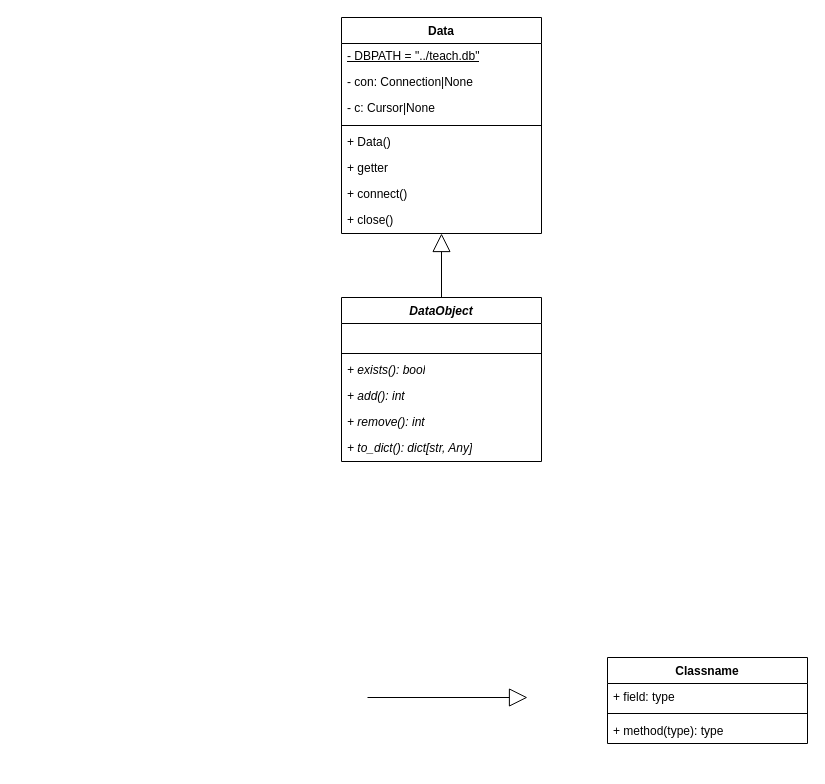
elma1989/teach keeps this draw.io diagram as drafts/database.drawio. Above is the earlier version. Source tidied: cells renumbered, new cells numbered last; positions are measured from the earlier drawing's top-left corner, leaving out a move shared by most shapes. Both pictures are drawn from the tidied source at 100%, with x=0, y=0 at pixel (341, 17).
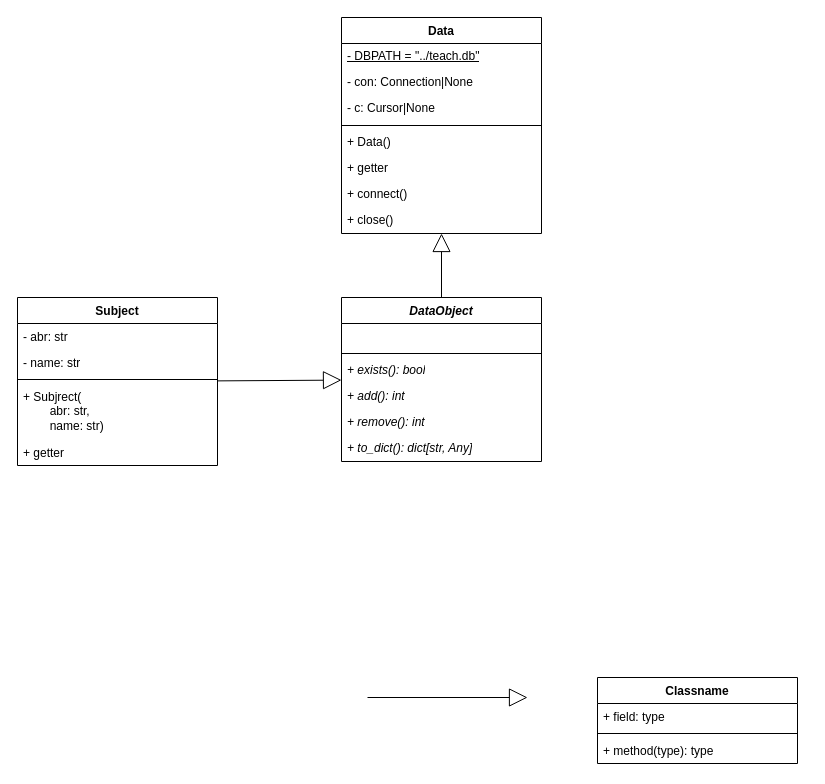
After the change.

The change refers to these unchanged cells:
```xml
<mxCell id="15" value="DataObject" style="swimlane;fontStyle=3;align=center;verticalAlign=top;horizontal=1;startSize=26;whiteSpace=wrap;html=1;" parent="1" vertex="1">
  <mxGeometry y="280" width="200" height="164" as="geometry" />
</mxCell>
```

The edit, as a diff of the source:
```diff
@@
     <mxCell id="2" value="Classname" style="swimlane;fontStyle=1;align=center;verticalAlign=top;horizontal=1;startSize=26;whiteSpace=wrap;html=1;" parent="1" vertex="1">
-      <mxGeometry x="266" y="640" width="200" height="86" as="geometry" />
+      <mxGeometry x="256" y="660" width="200" height="86" as="geometry" />
     </mxCell>
@@
+    <mxCell id="24" value="Subject" style="swimlane;fontStyle=1;align=center;verticalAlign=top;horizontal=1;startSize=26;whiteSpace=wrap;html=1;" parent="1" vertex="1">
+      <mxGeometry x="-324" y="280" width="200" height="168" as="geometry" />
+    </mxCell>
+    <mxCell id="25" value="- abr: str" style="text;strokeColor=none;fillColor=none;align=left;verticalAlign=top;spacingLeft=4;spacingRight=4;overflow=hidden;whiteSpace=wrap;html=1;" parent="24" vertex="1">
+      <mxGeometry y="26" width="200" height="26" as="geometry" />
+    </mxCell>
+    <mxCell id="26" value="- name: str" style="text;strokeColor=none;fillColor=none;align=left;verticalAlign=top;spacingLeft=4;spacingRight=4;overflow=hidden;whiteSpace=wrap;html=1;" parent="24" vertex="1">
+      <mxGeometry y="52" width="200" height="26" as="geometry" />
+    </mxCell>
+    <mxCell id="27" style="line;strokeWidth=1;fillColor=none;align=left;verticalAlign=middle;spacingTop=-1;spacingLeft=3;spacingRight=3;labelPosition=right;strokeColor=inherit;" parent="24" vertex="1">
+      <mxGeometry y="78" width="200" height="8" as="geometry" />
+    </mxCell>
+    <mxCell id="28" value="&lt;div&gt;+ Subjrect(&lt;/div&gt;&lt;div&gt;&lt;span style=&quot;white-space: pre;&quot;&gt;&#9;&lt;/span&gt;abr: str,&lt;/div&gt;&lt;div&gt;&lt;span style=&quot;white-space: pre;&quot;&gt;&#9;&lt;/span&gt;name: str)&lt;br&gt;&lt;/div&gt;" style="text;strokeColor=none;fillColor=none;align=left;verticalAlign=top;spacingLeft=4;spacingRight=4;overflow=hidden;whiteSpace=wrap;html=1;" parent="24" vertex="1">
+      <mxGeometry y="86" width="200" height="56" as="geometry" />
+    </mxCell>
+    <mxCell id="29" value="+ getter" style="text;strokeColor=none;fillColor=none;align=left;verticalAlign=top;spacingLeft=4;spacingRight=4;overflow=hidden;whiteSpace=wrap;html=1;" parent="24" vertex="1">
+      <mxGeometry y="142" width="200" height="26" as="geometry" />
+    </mxCell>
+    <mxCell id="30" style="endArrow=block;endSize=16;endFill=0;html=1;rounded=0;" parent="1" edge="1" source="24" target="15">
+      <mxGeometry relative="1" as="geometry" />
+    </mxCell>
```
